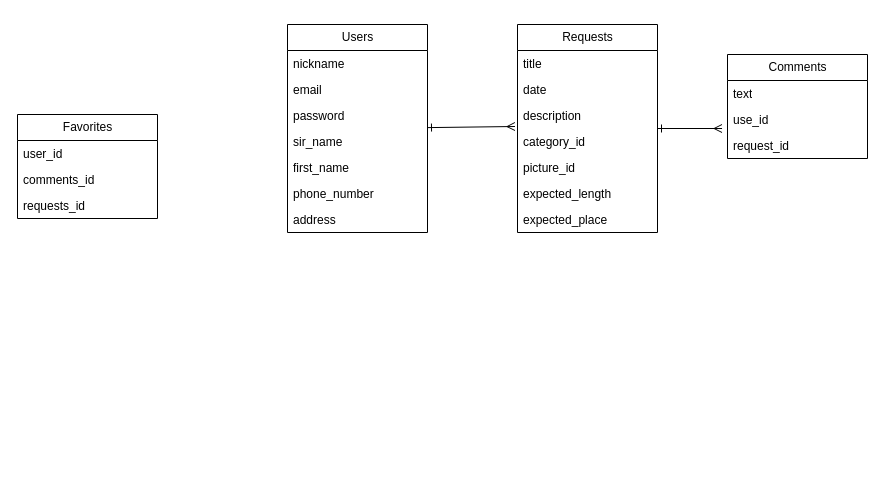
Above: table.dio in natsumi1651/hospil (draw.io), before the change. Source tidied: cells renumbered, new cells numbered last; positions are measured from the earlier drawing's top-left corner, leaving out a move shared by most shapes. Both pictures are drawn from the tidied source at 100%, with x=0, y=0 at pixel (17, 24).
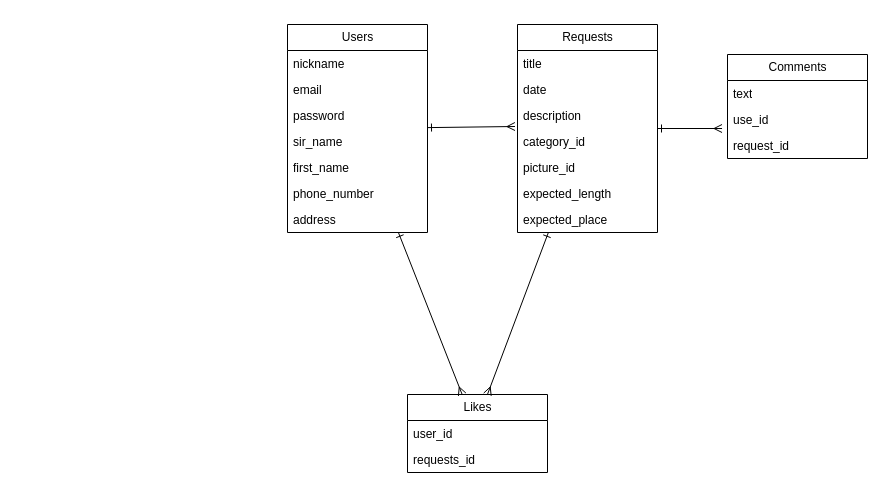
The same diagram, later.

The change refers to these unchanged cells:
```xml
<mxCell id="4" value="Requests" style="swimlane;fontStyle=0;horizontal=1;startSize=26;fillColor=none;html=1;" parent="1" vertex="1">
  <mxGeometry x="500" width="140" height="208" as="geometry" />
</mxCell>
<mxCell id="13" value="Users" style="swimlane;fontStyle=0;horizontal=1;startSize=26;fillColor=none;html=1;" parent="1" vertex="1">
  <mxGeometry x="270" width="140" height="208" as="geometry" />
</mxCell>
```

The edit, as a diff of the source:
```diff
@@
+    <mxCell id="29" style="edgeStyle=none;html=1;entryX=0.571;entryY=0;entryDx=0;entryDy=0;entryPerimeter=0;startArrow=ERone;startFill=0;endArrow=ERmany;endFill=0;" parent="1" edge="1" source="4" target="25">
+      <mxGeometry relative="1" as="geometry" />
+    </mxCell>
@@
+    <mxCell id="30" style="edgeStyle=none;html=1;startArrow=ERone;startFill=0;endArrow=ERmany;endFill=0;" parent="1" edge="1" source="13" target="25">
+      <mxGeometry relative="1" as="geometry" />
+    </mxCell>
@@
-    <mxCell id="25" value="Favorites" style="swimlane;fontStyle=0;horizontal=1;startSize=26;fillColor=none;html=1;" parent="1" vertex="1">
-      <mxGeometry y="90" width="140" height="104" as="geometry" />
+    <mxCell id="25" value="Likes" style="swimlane;fontStyle=0;horizontal=1;startSize=26;fillColor=none;html=1;" parent="1" vertex="1">
+      <mxGeometry x="390" y="370" width="140" height="78" as="geometry" />
     </mxCell>
@@
-    <mxCell id="27" value="comments_id" style="text;strokeColor=none;fillColor=none;align=left;verticalAlign=top;spacingLeft=4;spacingRight=4;overflow=hidden;whiteSpace=wrap;html=1;" parent="25" vertex="1">
-      <mxGeometry y="52" width="140" height="26" as="geometry" />
-    </mxCell>
     <mxCell id="28" value="requests_id" style="text;strokeColor=none;fillColor=none;align=left;verticalAlign=top;spacingLeft=4;spacingRight=4;overflow=hidden;whiteSpace=wrap;html=1;" parent="25" vertex="1">
-      <mxGeometry y="78" width="140" height="26" as="geometry" />
+      <mxGeometry y="52" width="140" height="26" as="geometry" />
     </mxCell>
```
